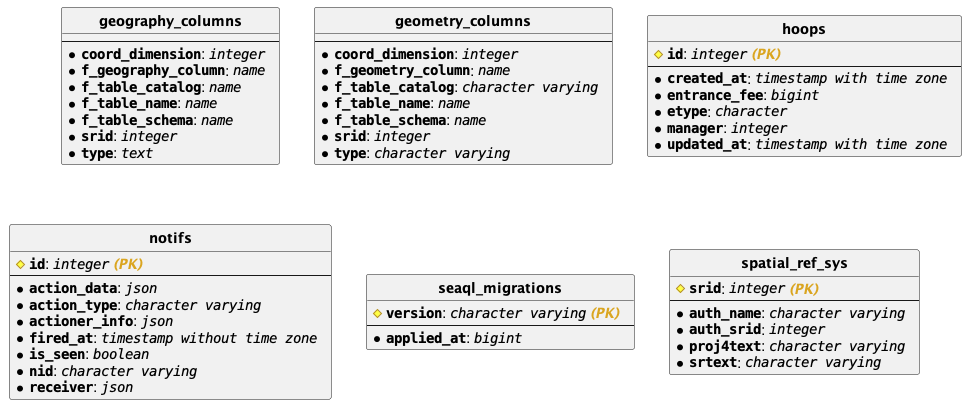
This is infra/hoopoe.png from wildonion/hoopoe, a PlantUML export, as it was before one commit.
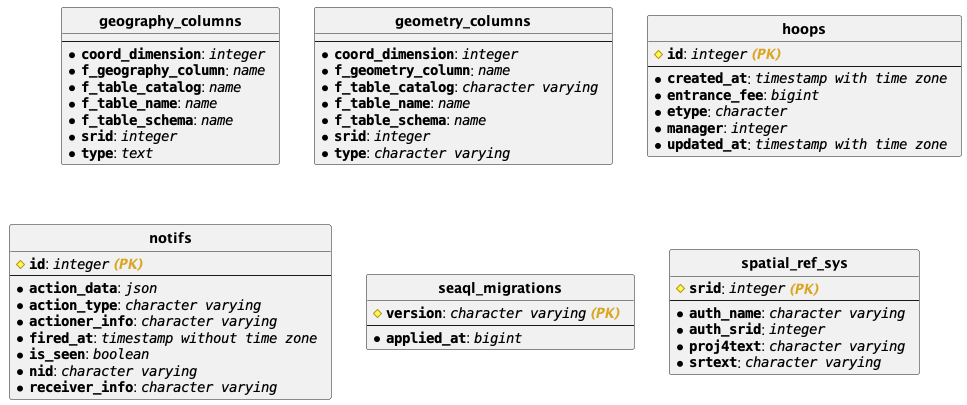
After the change.

The edit, as a diff of the source:
```diff
@@ -40,11 +40,11 @@
 ---
 * <b>""action_data""</b>: //""json""  //
 * <b>""action_type""</b>: //""character varying""  //
-* <b>""actioner_info""</b>: //""json""  //
+* <b>""actioner_info""</b>: //""character varying""  //
 * <b>""fired_at""</b>: //""timestamp without time zone""  //
 * <b>""is_seen""</b>: //""boolean""  //
 * <b>""nid""</b>: //""character varying""  //
-* <b>""receiver""</b>: //""json""  //
+* <b>""receiver_info""</b>: //""character varying""  //
 }
 
 class "**seaql_migrations**" {
```
